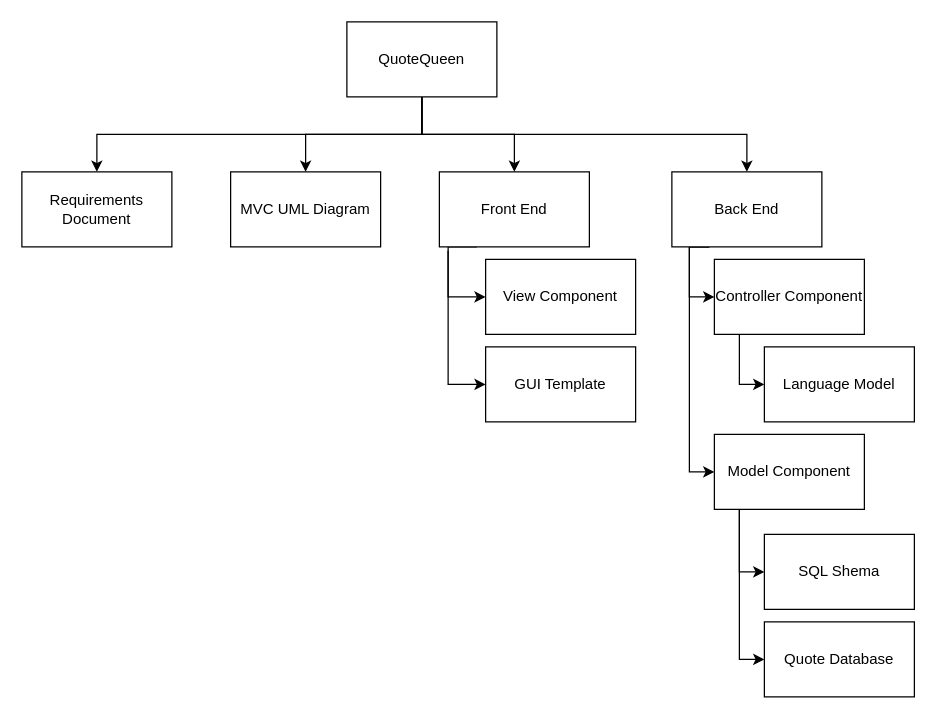
Feynlady/QuoteQueen keeps this draw.io diagram as Docs/WBS Product.drawio. Above is the earlier version. Source tidied: cells renumbered, new cells numbered last; positions are measured from the earlier drawing's top-left corner, leaving out a move shared by most shapes. Both pictures are drawn from the tidied source at 125%, with x=0, y=0 at pixel (21, 21).
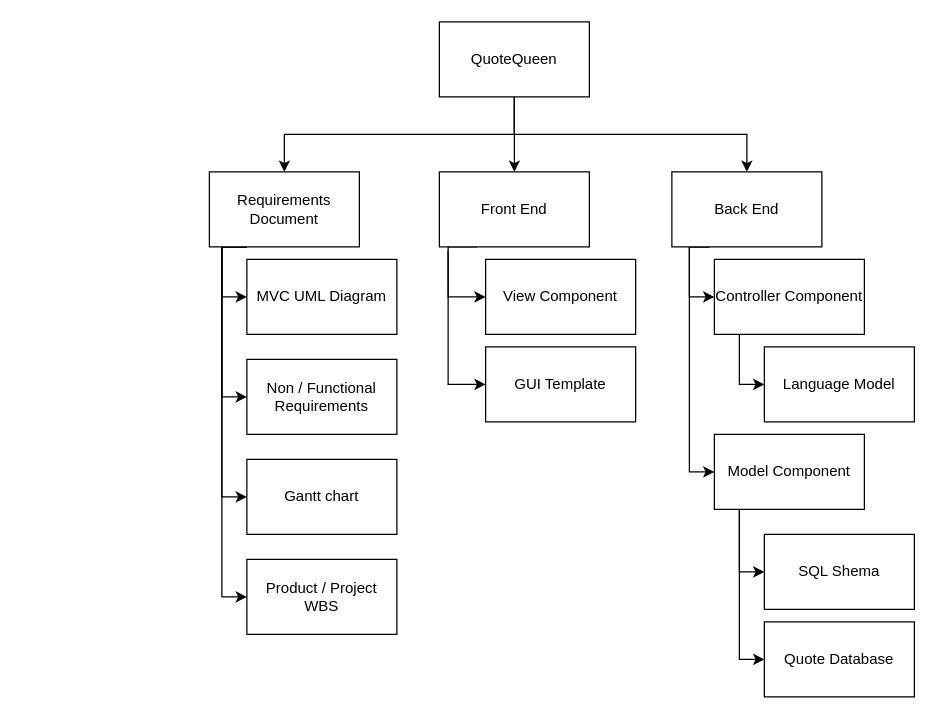
The same diagram, later.

Diff of the diagram source:
```diff
@@
-    <mxCell id="3" style="edgeStyle=orthogonalEdgeStyle;rounded=0;jettySize=auto;html=1;exitX=0.5;exitY=1;exitDx=0;exitDy=0;entryX=0.5;entryY=0;entryDx=0;entryDy=0;" parent="1" edge="1" source="6" target="8">
-      <mxGeometry relative="1" as="geometry" />
-    </mxCell>
@@
     <mxCell id="6" value="QuoteQueen" style="rounded=0;whiteSpace=wrap;html=1;" parent="1" vertex="1">
-      <mxGeometry x="260" width="120" height="60" as="geometry" />
+      <mxGeometry x="334" width="120" height="60" as="geometry" />
     </mxCell>
+    <mxCell id="25" style="edgeStyle=orthogonalEdgeStyle;rounded=0;jettySize=auto;html=1;exitX=0.25;exitY=1;exitDx=0;exitDy=0;entryX=0;entryY=0.5;entryDx=0;entryDy=0;" parent="1" edge="1" source="7" target="8">
+      <mxGeometry relative="1" as="geometry">
+        <Array as="points">
+          <mxPoint x="160" y="180" />
+          <mxPoint x="160" y="220" />
+        </Array>
+      </mxGeometry>
+    </mxCell>
+    <mxCell id="26" style="edgeStyle=orthogonalEdgeStyle;rounded=0;jettySize=auto;html=1;exitX=0.25;exitY=1;exitDx=0;exitDy=0;entryX=0;entryY=0.5;entryDx=0;entryDy=0;" parent="1" edge="1" source="7" target="29">
+      <mxGeometry relative="1" as="geometry">
+        <Array as="points">
+          <mxPoint x="160" y="180" />
+          <mxPoint x="160" y="300" />
+        </Array>
+      </mxGeometry>
+    </mxCell>
+    <mxCell id="27" style="edgeStyle=orthogonalEdgeStyle;rounded=0;jettySize=auto;html=1;exitX=0.25;exitY=1;exitDx=0;exitDy=0;entryX=0;entryY=0.5;entryDx=0;entryDy=0;" parent="1" edge="1" source="7" target="30">
+      <mxGeometry relative="1" as="geometry">
+        <Array as="points">
+          <mxPoint x="160" y="180" />
+          <mxPoint x="160" y="380" />
+        </Array>
+      </mxGeometry>
+    </mxCell>
+    <mxCell id="28" style="edgeStyle=orthogonalEdgeStyle;rounded=0;jettySize=auto;html=1;exitX=0.25;exitY=1;exitDx=0;exitDy=0;entryX=0;entryY=0.5;entryDx=0;entryDy=0;" parent="1" edge="1" source="7" target="31">
+      <mxGeometry relative="1" as="geometry">
+        <Array as="points">
+          <mxPoint x="160" y="180" />
+          <mxPoint x="160" y="460" />
+        </Array>
+      </mxGeometry>
+    </mxCell>
     <mxCell id="7" value="Requirements Document" style="rounded=0;whiteSpace=wrap;html=1;" parent="1" vertex="1">
-      <mxGeometry y="120" width="120" height="60" as="geometry" />
+      <mxGeometry x="150" y="120" width="120" height="60" as="geometry" />
     </mxCell>
     <mxCell id="8" value="MVC UML Diagram" style="rounded=0;whiteSpace=wrap;html=1;" parent="1" vertex="1">
-      <mxGeometry x="167" y="120" width="120" height="60" as="geometry" />
+      <mxGeometry x="180" y="190" width="120" height="60" as="geometry" />
     </mxCell>
@@
+    <mxCell id="29" value="Non / Functional Requirements" style="rounded=0;whiteSpace=wrap;html=1;" parent="1" vertex="1">
+      <mxGeometry x="180" y="270" width="120" height="60" as="geometry" />
+    </mxCell>
+    <mxCell id="30" value="Gantt chart" style="rounded=0;whiteSpace=wrap;html=1;" parent="1" vertex="1">
+      <mxGeometry x="180" y="350" width="120" height="60" as="geometry" />
+    </mxCell>
+    <mxCell id="31" value="Product / Project WBS" style="rounded=0;whiteSpace=wrap;html=1;" parent="1" vertex="1">
+      <mxGeometry x="180" y="430" width="120" height="60" as="geometry" />
+    </mxCell>
```
